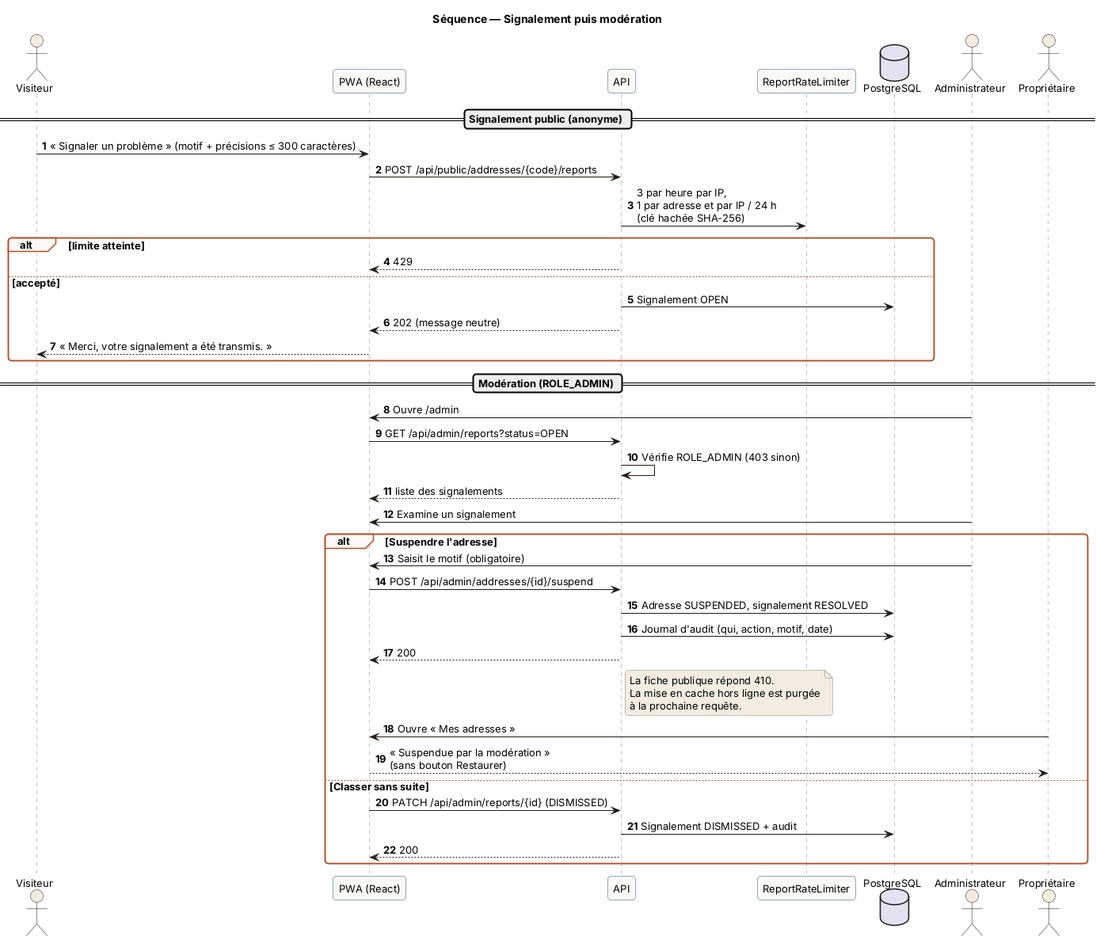
Mahou-Dev/SamaAdresse keeps this PlantUML diagram as uml-samaadresse/docs/uml/rendus/09-seq-signalement-moderation.png. Above is the earlier version.
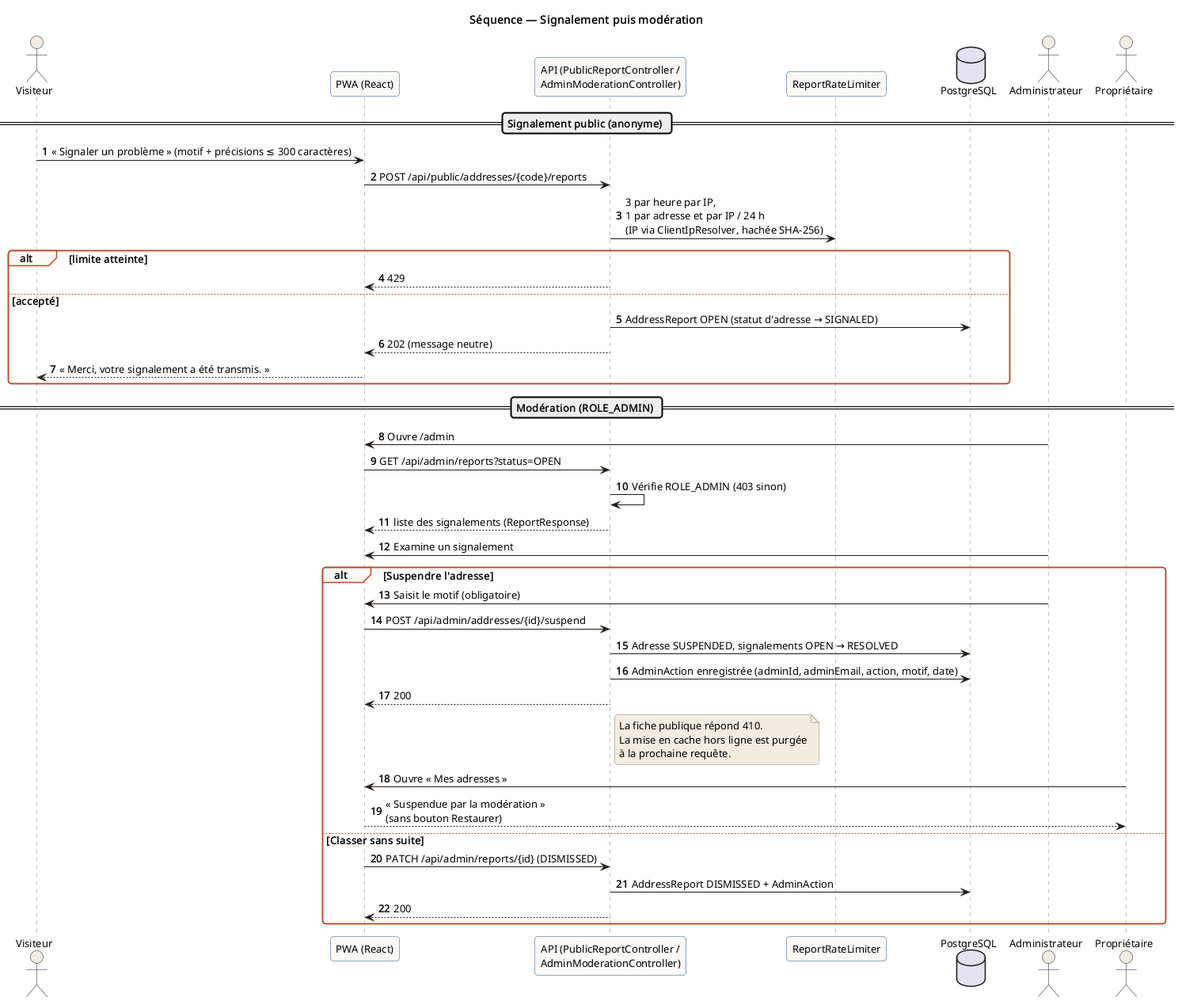
The same diagram one commit later.

Diff of the diagram source:
```diff
@@ -1,10 +1,11 @@
 @startuml 09-seq-signalement-moderation
+!pragma layout smetana
 !include _style.puml
 title Séquence — Signalement puis modération
 autonumber
 actor "Visiteur" as V
 participant "PWA (React)" as UI
-participant "API" as API
+participant "API (PublicReportController /\nAdminModerationController)" as API
 participant "ReportRateLimiter" as RL
 database "PostgreSQL" as DB
 actor "Administrateur" as A
@@ -13,11 +14,11 @@
 == Signalement public (anonyme) ==
 V -> UI : « Signaler un problème » (motif + précisions ≤ 300 caractères)
 UI -> API : POST /api/public/addresses/{code}/reports
-API -> RL : 3 par heure par IP,\n1 par adresse et par IP / 24 h\n(clé hachée SHA-256)
+API -> RL : 3 par heure par IP,\n1 par adresse et par IP / 24 h\n(IP via ClientIpResolver, hachée SHA-256)
 alt limite atteinte
   API --> UI : 429
 else accepté
-  API -> DB : Signalement OPEN
+  API -> DB : AddressReport OPEN (statut d'adresse → SIGNALED)
   API --> UI : 202 (message neutre)
   UI --> V : « Merci, votre signalement a été transmis. »
 end
@@ -26,20 +27,20 @@
 A -> UI : Ouvre /admin
 UI -> API : GET /api/admin/reports?status=OPEN
 API -> API : Vérifie ROLE_ADMIN (403 sinon)
-API --> UI : liste des signalements
+API --> UI : liste des signalements (ReportResponse)
 A -> UI : Examine un signalement
 alt Suspendre l'adresse
   A -> UI : Saisit le motif (obligatoire)
   UI -> API : POST /api/admin/addresses/{id}/suspend
-  API -> DB : Adresse SUSPENDED, signalement RESOLVED
-  API -> DB : Journal d'audit (qui, action, motif, date)
+  API -> DB : Adresse SUSPENDED, signalements OPEN → RESOLVED
+  API -> DB : AdminAction enregistrée (adminId, adminEmail, action, motif, date)
   API --> UI : 200
   note right of API : La fiche publique répond 410.\nLa mise en cache hors ligne est purgée\nà la prochaine requête.
   O -> UI : Ouvre « Mes adresses »
   UI --> O : « Suspendue par la modération »\n(sans bouton Restaurer)
 else Classer sans suite
   UI -> API : PATCH /api/admin/reports/{id} (DISMISSED)
-  API -> DB : Signalement DISMISSED + audit
+  API -> DB : AddressReport DISMISSED + AdminAction
   API --> UI : 200
 end
 @enduml
```
